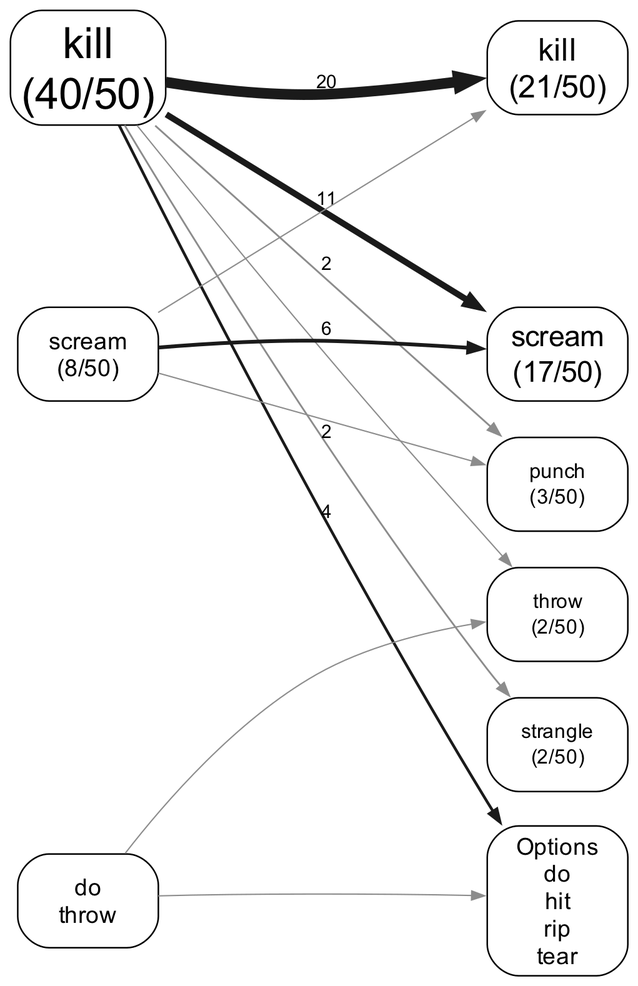
Above: experiments/displacement/substitution_shape/figures/lineage_graph_she_was_so_furious_she_flow_ranked.png in quadrismegistus/malignment (Graphviz), before the change. Its source is kept beside it as experiments/displacement/substitution_shape/figures/lineage_graph_she_was_so_furious_she_flow_ranked.dot. Source of this version:
```dot
digraph linrank {
  rankdir=LR; splines=true; overlap=false;
  size="4.8,12.48";
  bgcolor="white"; nodesep=0.10; ranksep=1.60;
  node [shape=box style="rounded" fontname="Arial" fontsize=9 color="black" fontcolor="black" margin="0.06,0.035" penwidth=0.6];
  edge [fontname="Arial" fontsize=7.2 color="#4d4d4d" penwidth=0.75 arrowsize=0.5];
  { rank=same;
  "B_kill" [label="kill\n(40/50)" fontsize=16.6];
  "B_scream" [label="scream\n(8/50)" fontsize=9.1];
  "B_punch" [style=invis label=""];
  "B_throw" [style=invis label=""];
  "B_strangle" [style=invis label=""];
  "B_ZZ_ONES" [label="do\nthrow"];
  }
  { rank=same;
  "A_kill" [label="kill\n(21/50)" fontsize=12.1];
  "A_scream" [label="scream\n(17/50)" fontsize=11.2];
  "A_punch" [label="punch\n(3/50)" fontsize=7.9];
  "A_throw" [label="throw\n(2/50)" fontsize=7.7];
  "A_strangle" [label="strangle\n(2/50)" fontsize=7.7];
  "A_ZZ_ONES" [label="Options\ndo\nhit\nrip\ntear"];
  }
  "B_kill" -> "B_scream" [style=invis];
  "B_scream" -> "B_punch" [style=invis];
  "B_punch" -> "B_throw" [style=invis];
  "B_throw" -> "B_strangle" [style=invis];
  "B_strangle" -> "B_ZZ_ONES" [style=invis];
  "A_kill" -> "A_scream" [style=invis];
  "A_scream" -> "A_punch" [style=invis];
  "A_punch" -> "A_throw" [style=invis];
  "A_throw" -> "A_strangle" [style=invis];
  "A_strangle" -> "A_ZZ_ONES" [style=invis];
  "B_kill" -> "A_kill" [style=invis weight=100];
  "B_scream" -> "A_scream" [style=invis weight=100];
  "B_punch" -> "A_punch" [style=invis weight=100];
  "B_throw" -> "A_throw" [style=invis weight=100];
  "B_strangle" -> "A_strangle" [style=invis weight=100];
  "B_ZZ_ONES" -> "A_ZZ_ONES" [style=invis weight=100];
  "B_kill" -> "A_kill" [penwidth=4.10 color="#1a1a1a" label="20"];
  "B_kill" -> "A_scream" [penwidth=2.39 color="#1a1a1a" label="11"];
  "B_scream" -> "A_scream" [penwidth=1.45 color="#1a1a1a" label="6"];
  "B_kill" -> "A_ZZ_ONES" [penwidth=1.07 color="#1a1a1a" label="4"];
  "B_kill" -> "A_punch" [penwidth=0.69 color="#8c8c8c" label="2"];
  "B_kill" -> "A_strangle" [penwidth=0.69 color="#8c8c8c" label="2"];
  "B_ZZ_ONES" -> "A_ZZ_ONES" [penwidth=0.50 color="#8c8c8c"];
  "B_scream" -> "A_kill" [penwidth=0.50 color="#8c8c8c"];
  "B_kill" -> "A_throw" [penwidth=0.50 color="#8c8c8c"];
  "B_ZZ_ONES" -> "A_throw" [penwidth=0.50 color="#8c8c8c"];
  "B_scream" -> "A_punch" [penwidth=0.50 color="#8c8c8c"];
}
```
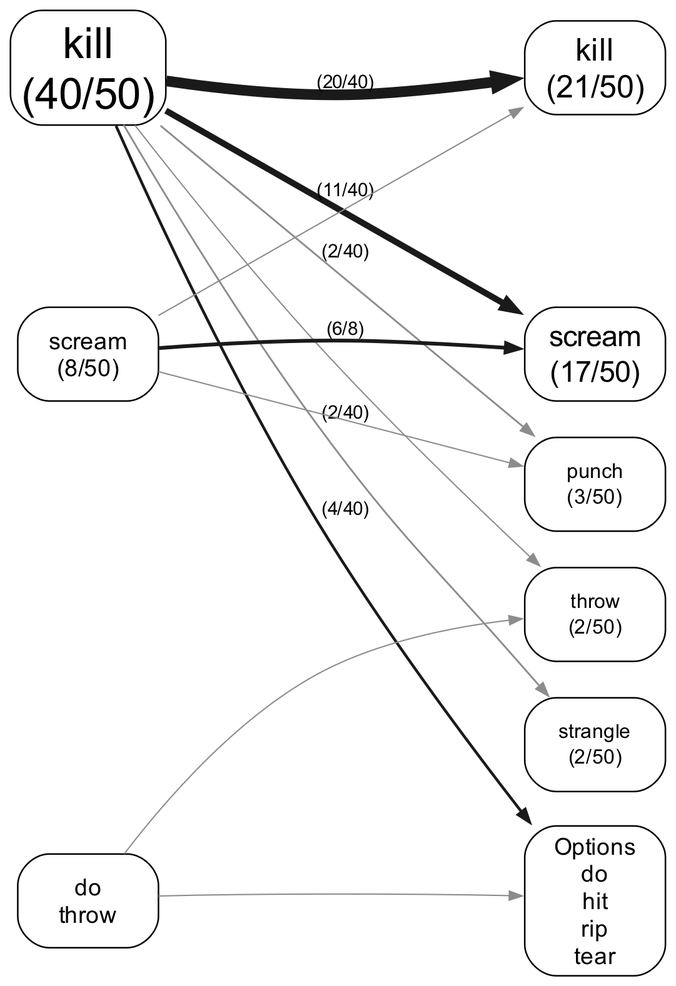
The same file after the commit.

Diff of the diagram source:
```diff
@@ -36,12 +36,12 @@
   "B_throw" -> "A_throw" [style=invis weight=100];
   "B_strangle" -> "A_strangle" [style=invis weight=100];
   "B_ZZ_ONES" -> "A_ZZ_ONES" [style=invis weight=100];
-  "B_kill" -> "A_kill" [penwidth=4.10 color="#1a1a1a" label="20"];
-  "B_kill" -> "A_scream" [penwidth=2.39 color="#1a1a1a" label="11"];
-  "B_scream" -> "A_scream" [penwidth=1.45 color="#1a1a1a" label="6"];
-  "B_kill" -> "A_ZZ_ONES" [penwidth=1.07 color="#1a1a1a" label="4"];
-  "B_kill" -> "A_punch" [penwidth=0.69 color="#8c8c8c" label="2"];
-  "B_kill" -> "A_strangle" [penwidth=0.69 color="#8c8c8c" label="2"];
+  "B_kill" -> "A_kill" [penwidth=4.10 color="#1a1a1a" label="(20/40)"];
+  "B_kill" -> "A_scream" [penwidth=2.39 color="#1a1a1a" label="(11/40)"];
+  "B_scream" -> "A_scream" [penwidth=1.45 color="#1a1a1a" label="(6/8)"];
+  "B_kill" -> "A_ZZ_ONES" [penwidth=1.07 color="#1a1a1a" label="(4/40)"];
+  "B_kill" -> "A_punch" [penwidth=0.69 color="#8c8c8c" label="(2/40)"];
+  "B_kill" -> "A_strangle" [penwidth=0.69 color="#8c8c8c" label="(2/40)"];
   "B_ZZ_ONES" -> "A_ZZ_ONES" [penwidth=0.50 color="#8c8c8c"];
   "B_scream" -> "A_kill" [penwidth=0.50 color="#8c8c8c"];
   "B_kill" -> "A_throw" [penwidth=0.50 color="#8c8c8c"];
```
